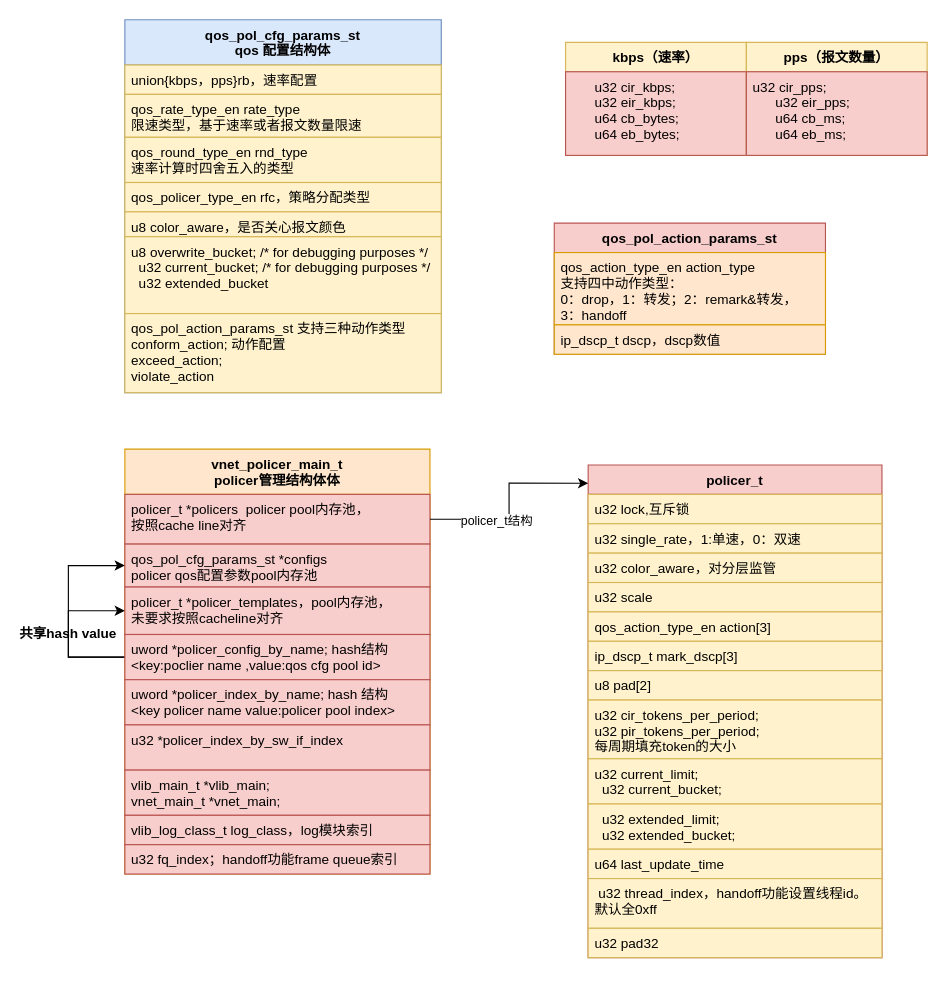
The draw.io diagram new_map/vpp policer.drawio in jin13417/dpdk-vpp-learning, before the edit. Source tidied: cells renumbered, new cells numbered last; positions are measured from the earlier drawing's top-left corner, leaving out a move shared by most shapes. Both pictures are drawn from the tidied source at 113%, with x=0, y=0 at pixel (23, 19).
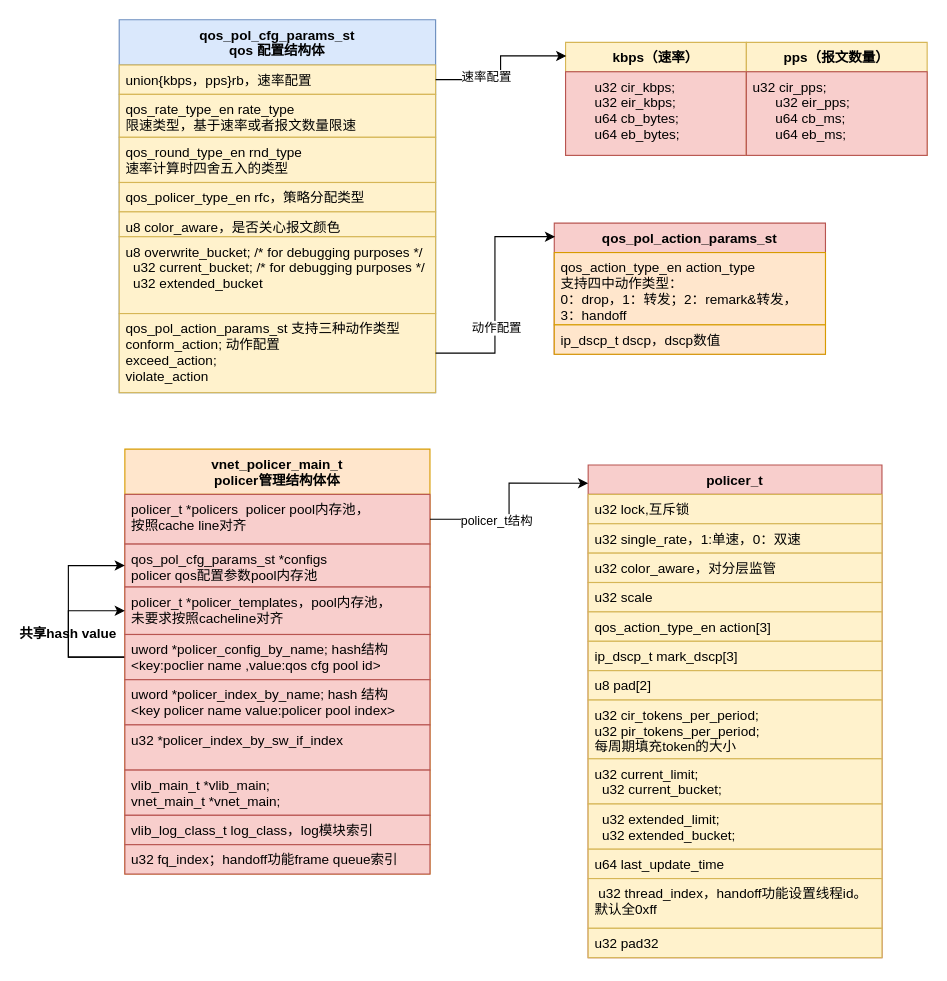
After the change.

The change refers to these unchanged cells:
```xml
<mxCell id="29" value="union{kbps，pps}rb，速率配置" style="text;strokeColor=#d6b656;fillColor=#fff2cc;align=left;verticalAlign=top;spacingLeft=4;spacingRight=4;overflow=hidden;points=[[0,0.5],[1,0.5]];portConstraint=eastwest;" parent="28" vertex="1">
  <mxGeometry y="40" width="280" height="26" as="geometry" />
</mxCell>
<mxCell id="35" value="qos_pol_action_params_st 支持三种动作类型&#10;conform_action; 动作配置&#10; exceed_action;&#10; violate_action" style="text;fillColor=#fff2cc;align=left;verticalAlign=top;spacingLeft=4;spacingRight=4;overflow=hidden;points=[[0,0.5],[1,0.5]];portConstraint=eastwest;strokeColor=#d6b656;" parent="28" vertex="1">
  <mxGeometry y="260" width="280" height="70" as="geometry" />
</mxCell>
<mxCell id="36" value="kbps（速率）" style="swimlane;fontStyle=1;align=center;verticalAlign=top;horizontal=1;startSize=26;strokeColor=#d6b656;fillColor=#fff2cc;" parent="1" vertex="1">
  <mxGeometry x="480" y="20" width="160" height="100" as="geometry" />
</mxCell>
<mxCell id="40" value="qos_pol_action_params_st" style="swimlane;fontStyle=1;align=center;verticalAlign=top;horizontal=1;startSize=26;strokeColor=#b85450;fillColor=#f8cecc;" parent="1" vertex="1">
  <mxGeometry x="470" y="180" width="240" height="116" as="geometry" />
</mxCell>
```

Diff of the diagram source:
```diff
@@
     <mxCell id="28" value="qos_pol_cfg_params_st&#10;qos 配置结构体" style="swimlane;fontStyle=1;align=center;verticalAlign=top;horizontal=1;startSize=40;strokeColor=#6c8ebf;fillColor=#dae8fc;" parent="1" vertex="1">
-      <mxGeometry x="90" width="280" height="330" as="geometry" />
+      <mxGeometry x="85" width="280" height="330" as="geometry" />
     </mxCell>
@@
+    <mxCell id="46" style="edgeStyle=orthogonalEdgeStyle;rounded=0;jettySize=auto;html=1;exitX=1;exitY=0.5;exitDx=0;exitDy=0;entryX=0.004;entryY=0.12;entryDx=0;entryDy=0;entryPerimeter=0;" parent="1" edge="1" source="29" target="36">
+      <mxGeometry relative="1" as="geometry" />
+    </mxCell>
+    <mxCell id="47" value="速率配置" style="edgeLabel;html=1;align=center;verticalAlign=middle;" parent="46" vertex="1">
+      <mxGeometry x="-0.35" y="3" relative="1" as="geometry" />
+    </mxCell>
+    <mxCell id="48" style="edgeStyle=orthogonalEdgeStyle;rounded=0;jettySize=auto;html=1;exitX=1;exitY=0.5;exitDx=0;exitDy=0;entryX=0.003;entryY=0.103;entryDx=0;entryDy=0;entryPerimeter=0;" parent="1" edge="1" source="35" target="40">
+      <mxGeometry relative="1" as="geometry" />
+    </mxCell>
+    <mxCell id="49" value="动作配置" style="edgeLabel;html=1;align=center;verticalAlign=middle;" parent="48" vertex="1">
+      <mxGeometry x="-0.28" y="-1" relative="1" as="geometry" />
+    </mxCell>
```
